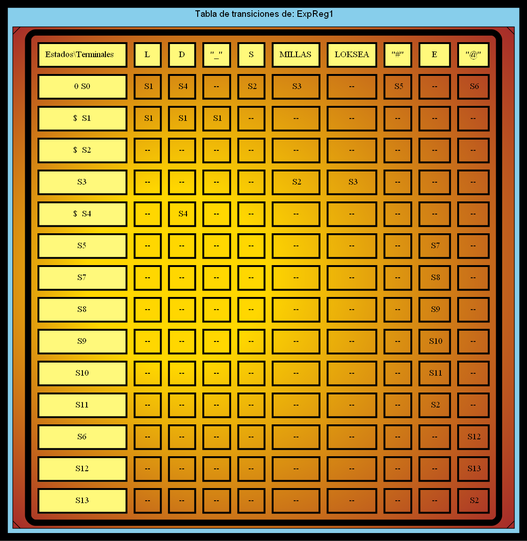
Earlier version of the Graphviz export TRANSICIONES_202000119/TransicionesExpReg1.png (SergieArizandieta/OLC1-P1-202000119). Its source is kept beside it as TRANSICIONES_202000119/TransicionesExpReg1.dot. Its diagram source:
```dot
digraph G { bgcolor="black"
   fontname="Helvetica,Arial,sans-serif"
  edge [fontname="Helvetica,Arial,sans-serif"]
  subgraph cluster1 {fillcolor="skyblue" style="filled"
  node [shape=Msquare fillcolor="gold:brown" style="radial" gradientangle=180]
  label = " Tabla de transiciones de: ExpReg1"
  a0 [label=<
  <TABLE border="10" cellspacing="10" cellpadding="10" style="rounded" gradientangle="315">
  <TR>
      <TD border="3" bgcolor="#FFF97B">Estados\Terminales  </TD>
      <TD border="3" bgcolor="#FFF97B">L</TD>
      <TD border="3" bgcolor="#FFF97B">D</TD>
      <TD border="3" bgcolor="#FFF97B">"_"</TD>
      <TD border="3" bgcolor="#FFF97B">S</TD>
      <TD border="3" bgcolor="#FFF97B">MILLAS</TD>
      <TD border="3" bgcolor="#FFF97B">LOKSEA</TD>
      <TD border="3" bgcolor="#FFF97B">"#"</TD>
      <TD border="3" bgcolor="#FFF97B">E</TD>
      <TD border="3" bgcolor="#FFF97B">"@"</TD>
  </TR>
  <TR>
      <TD border="3" bgcolor="#FFF97B">0 S0</TD>
      <TD border="3" > S1</TD>
      <TD border="3" > S4</TD>
      <TD border="3" > -- </TD>
      <TD border="3" > S2</TD>
      <TD border="3" > S3</TD>
      <TD border="3" > -- </TD>
      <TD border="3" > S5</TD>
      <TD border="3" > -- </TD>
      <TD border="3" > S6</TD>
  </TR>
  <TR>
      <TD border="3" bgcolor="#FFF97B">$  S1</TD>
      <TD border="3" > S1</TD>
      <TD border="3" > S1</TD>
      <TD border="3" > S1</TD>
      <TD border="3" > -- </TD>
      <TD border="3" > -- </TD>
      <TD border="3" > -- </TD>
      <TD border="3" > -- </TD>
      <TD border="3" > -- </TD>
      <TD border="3" > -- </TD>
  </TR>
  <TR>
      <TD border="3" bgcolor="#FFF97B">$  S2</TD>
      <TD border="3" > -- </TD>
      <TD border="3" > -- </TD>
      <TD border="3" > -- </TD>
      <TD border="3" > -- </TD>
      <TD border="3" > -- </TD>
      <TD border="3" > -- </TD>
      <TD border="3" > -- </TD>
      <TD border="3" > -- </TD>
      <TD border="3" > -- </TD>
  </TR>
  <TR>
      <TD border="3" bgcolor="#FFF97B">S3</TD>
      <TD border="3" > -- </TD>
      <TD border="3" > -- </TD>
      <TD border="3" > -- </TD>
      <TD border="3" > -- </TD>
      <TD border="3" > S2</TD>
      <TD border="3" > S3</TD>
      <TD border="3" > -- </TD>
      <TD border="3" > -- </TD>
      <TD border="3" > -- </TD>
  </TR>
  <TR>
      <TD border="3" bgcolor="#FFF97B">$  S4</TD>
      <TD border="3" > -- </TD>
      <TD border="3" > S4</TD>
      <TD border="3" > -- </TD>
      <TD border="3" > -- </TD>
      <TD border="3" > -- </TD>
      <TD border="3" > -- </TD>
      <TD border="3" > -- </TD>
      <TD border="3" > -- </TD>
      <TD border="3" > -- </TD>
  </TR>
  <TR>
      <TD border="3" bgcolor="#FFF97B">S5</TD>
      <TD border="3" > -- </TD>
      <TD border="3" > -- </TD>
      <TD border="3" > -- </TD>
      <TD border="3" > -- </TD>
      <TD border="3" > -- </TD>
      <TD border="3" > -- </TD>
      <TD border="3" > -- </TD>
      <TD border="3" > S7</TD>
      <TD border="3" > -- </TD>
  </TR>
  <TR>
      <TD border="3" bgcolor="#FFF97B">S7</TD>
      <TD border="3" > -- </TD>
      <TD border="3" > -- </TD>
      <TD border="3" > -- </TD>
      <TD border="3" > -- </TD>
      <TD border="3" > -- </TD>
      <TD border="3" > -- </TD>
      <TD border="3" > -- </TD>
      <TD border="3" > S8</TD>
      <TD border="3" > -- </TD>
  </TR>
  <TR>
      <TD border="3" bgcolor="#FFF97B">S8</TD>
      <TD border="3" > -- </TD>
      <TD border="3" > -- </TD>
      <TD border="3" > -- </TD>
      <TD border="3" > -- </TD>
      <TD border="3" > -- </TD>
      <TD border="3" > -- </TD>
      <TD border="3" > -- </TD>
      <TD border="3" > S9</TD>
      <TD border="3" > -- </TD>
  </TR>
  <TR>
      <TD border="3" bgcolor="#FFF97B">S9</TD>
      <TD border="3" > -- </TD>
      <TD border="3" > -- </TD>
      <TD border="3" > -- </TD>
      <TD border="3" > -- </TD>
      <TD border="3" > -- </TD>
      <TD border="3" > -- </TD>
      <TD border="3" > -- </TD>
      <TD border="3" > S10</TD>
      <TD border="3" > -- </TD>
  </TR>
  <TR>
      <TD border="3" bgcolor="#FFF97B">S10</TD>
      <TD border="3" > -- </TD>
      <TD border="3" > -- </TD>
      <TD border="3" > -- </TD>
      <TD border="3" > -- </TD>
      <TD border="3" > -- </TD>
      <TD border="3" > -- </TD>
      <TD border="3" > -- </TD>
      <TD border="3" > S11</TD>
      <TD border="3" > -- </TD>
  </TR>
  <TR>
      <TD border="3" bgcolor="#FFF97B">S11</TD>
      <TD border="3" > -- </TD>
      <TD border="3" > -- </TD>
      <TD border="3" > -- </TD>
      <TD border="3" > -- </TD>
      <TD border="3" > -- </TD>
      <TD border="3" > -- </TD>
      <TD border="3" > -- </TD>
      <TD border="3" > S2</TD>
      <TD border="3" > -- </TD>
  </TR>
  <TR>
      <TD border="3" bgcolor="#FFF97B">S6</TD>
      <TD border="3" > -- </TD>
      <TD border="3" > -- </TD>
      <TD border="3" > -- </TD>
      <TD border="3" > -- </TD>
      <TD border="3" > -- </TD>
      <TD border="3" > -- </TD>
      <TD border="3" > -- </TD>
      <TD border="3" > -- </TD>
      <TD border="3" > S12</TD>
  </TR>
  <TR>
      <TD border="3" bgcolor="#FFF97B">S12</TD>
      <TD border="3" > -- </TD>
      <TD border="3" > -- </TD>
      <TD border="3" > -- </TD>
      <TD border="3" > -- </TD>
      <TD border="3" > -- </TD>
      <TD border="3" > -- </TD>
      <TD border="3" > -- </TD>
      <TD border="3" > -- </TD>
      <TD border="3" > S13</TD>
  </TR>
  <TR>
      <TD border="3" bgcolor="#FFF97B">S13</TD>
      <TD border="3" > -- </TD>
      <TD border="3" > -- </TD>
      <TD border="3" > -- </TD>
      <TD border="3" > -- </TD>
      <TD border="3" > -- </TD>
      <TD border="3" > -- </TD>
      <TD border="3" > -- </TD>
      <TD border="3" > -- </TD>
      <TD border="3" > S2</TD>
  </TR>

</TABLE>>];}}
```
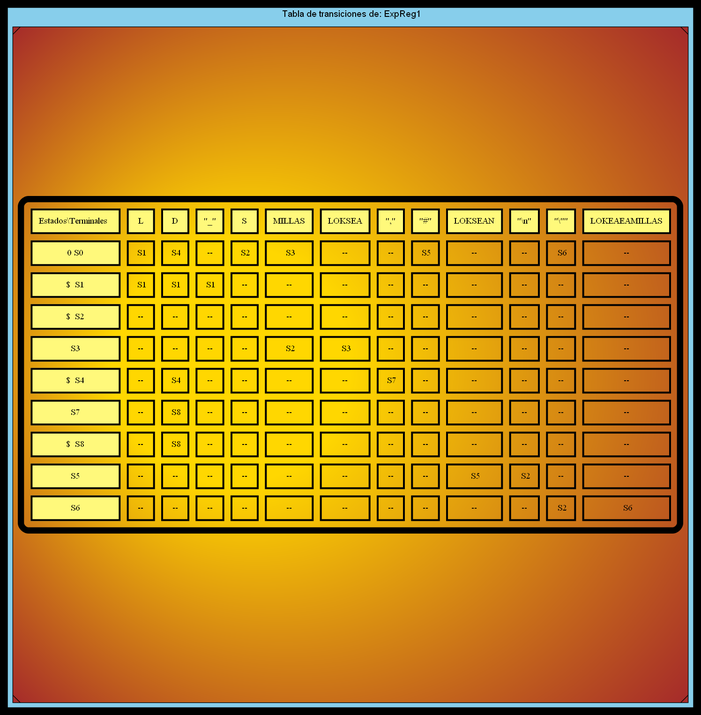
The same file after the commit.

Diff of the diagram source:
```diff
@@ -14,9 +14,12 @@
       <TD border="3" bgcolor="#FFF97B">S</TD>
       <TD border="3" bgcolor="#FFF97B">MILLAS</TD>
       <TD border="3" bgcolor="#FFF97B">LOKSEA</TD>
+      <TD border="3" bgcolor="#FFF97B">","</TD>
       <TD border="3" bgcolor="#FFF97B">"#"</TD>
-      <TD border="3" bgcolor="#FFF97B">E</TD>
-      <TD border="3" bgcolor="#FFF97B">"@"</TD>
+      <TD border="3" bgcolor="#FFF97B">LOKSEAN</TD>
+      <TD border="3" bgcolor="#FFF97B">"\n"</TD>
+      <TD border="3" bgcolor="#FFF97B">"\""</TD>
+      <TD border="3" bgcolor="#FFF97B">LOKEAEAMILLAS</TD>
   </TR>
   <TR>
       <TD border="3" bgcolor="#FFF97B">0 S0</TD>
@@ -26,9 +29,12 @@
       <TD border="3" > S2</TD>
       <TD border="3" > S3</TD>
       <TD border="3" > -- </TD>
+      <TD border="3" > -- </TD>
       <TD border="3" > S5</TD>
       <TD border="3" > -- </TD>
+      <TD border="3" > -- </TD>
       <TD border="3" > S6</TD>
+      <TD border="3" > -- </TD>
   </TR>
   <TR>
       <TD border="3" bgcolor="#FFF97B">$  S1</TD>
@@ -41,9 +47,15 @@
       <TD border="3" > -- </TD>
       <TD border="3" > -- </TD>
       <TD border="3" > -- </TD>
+      <TD border="3" > -- </TD>
+      <TD border="3" > -- </TD>
+      <TD border="3" > -- </TD>
   </TR>
   <TR>
       <TD border="3" bgcolor="#FFF97B">$  S2</TD>
+      <TD border="3" > -- </TD>
+      <TD border="3" > -- </TD>
+      <TD border="3" > -- </TD>
       <TD border="3" > -- </TD>
       <TD border="3" > -- </TD>
       <TD border="3" > -- </TD>
@@ -65,11 +77,47 @@
       <TD border="3" > -- </TD>
       <TD border="3" > -- </TD>
       <TD border="3" > -- </TD>
+      <TD border="3" > -- </TD>
+      <TD border="3" > -- </TD>
+      <TD border="3" > -- </TD>
   </TR>
   <TR>
       <TD border="3" bgcolor="#FFF97B">$  S4</TD>
       <TD border="3" > -- </TD>
       <TD border="3" > S4</TD>
+      <TD border="3" > -- </TD>
+      <TD border="3" > -- </TD>
+      <TD border="3" > -- </TD>
+      <TD border="3" > -- </TD>
+      <TD border="3" > S7</TD>
+      <TD border="3" > -- </TD>
+      <TD border="3" > -- </TD>
+      <TD border="3" > -- </TD>
+      <TD border="3" > -- </TD>
+      <TD border="3" > -- </TD>
+  </TR>
+  <TR>
+      <TD border="3" bgcolor="#FFF97B">S7</TD>
+      <TD border="3" > -- </TD>
+      <TD border="3" > S8</TD>
+      <TD border="3" > -- </TD>
+      <TD border="3" > -- </TD>
+      <TD border="3" > -- </TD>
+      <TD border="3" > -- </TD>
+      <TD border="3" > -- </TD>
+      <TD border="3" > -- </TD>
+      <TD border="3" > -- </TD>
+      <TD border="3" > -- </TD>
+      <TD border="3" > -- </TD>
+      <TD border="3" > -- </TD>
+  </TR>
+  <TR>
+      <TD border="3" bgcolor="#FFF97B">$  S8</TD>
+      <TD border="3" > -- </TD>
+      <TD border="3" > S8</TD>
+      <TD border="3" > -- </TD>
+      <TD border="3" > -- </TD>
+      <TD border="3" > -- </TD>
       <TD border="3" > -- </TD>
       <TD border="3" > -- </TD>
       <TD border="3" > -- </TD>
@@ -87,67 +135,10 @@
       <TD border="3" > -- </TD>
       <TD border="3" > -- </TD>
       <TD border="3" > -- </TD>
-      <TD border="3" > S7</TD>
       <TD border="3" > -- </TD>
-  </TR>
-  <TR>
-      <TD border="3" bgcolor="#FFF97B">S7</TD>
+      <TD border="3" > S5</TD>
+      <TD border="3" > S2</TD>
       <TD border="3" > -- </TD>
-      <TD border="3" > -- </TD>
-      <TD border="3" > -- </TD>
-      <TD border="3" > -- </TD>
-      <TD border="3" > -- </TD>
-      <TD border="3" > -- </TD>
-      <TD border="3" > -- </TD>
-      <TD border="3" > S8</TD>
-      <TD border="3" > -- </TD>
-  </TR>
-  <TR>
-      <TD border="3" bgcolor="#FFF97B">S8</TD>
-      <TD border="3" > -- </TD>
-      <TD border="3" > -- </TD>
-      <TD border="3" > -- </TD>
-      <TD border="3" > -- </TD>
-      <TD border="3" > -- </TD>
-      <TD border="3" > -- </TD>
-      <TD border="3" > -- </TD>
-      <TD border="3" > S9</TD>
-      <TD border="3" > -- </TD>
-  </TR>
-  <TR>
-      <TD border="3" bgcolor="#FFF97B">S9</TD>
-      <TD border="3" > -- </TD>
-      <TD border="3" > -- </TD>
-      <TD border="3" > -- </TD>
-      <TD border="3" > -- </TD>
-      <TD border="3" > -- </TD>
-      <TD border="3" > -- </TD>
-      <TD border="3" > -- </TD>
-      <TD border="3" > S10</TD>
-      <TD border="3" > -- </TD>
-  </TR>
-  <TR>
-      <TD border="3" bgcolor="#FFF97B">S10</TD>
-      <TD border="3" > -- </TD>
-      <TD border="3" > -- </TD>
-      <TD border="3" > -- </TD>
-      <TD border="3" > -- </TD>
-      <TD border="3" > -- </TD>
-      <TD border="3" > -- </TD>
-      <TD border="3" > -- </TD>
-      <TD border="3" > S11</TD>
-      <TD border="3" > -- </TD>
-  </TR>
-  <TR>
-      <TD border="3" bgcolor="#FFF97B">S11</TD>
-      <TD border="3" > -- </TD>
-      <TD border="3" > -- </TD>
-      <TD border="3" > -- </TD>
-      <TD border="3" > -- </TD>
-      <TD border="3" > -- </TD>
-      <TD border="3" > -- </TD>
-      <TD border="3" > -- </TD>
-      <TD border="3" > S2</TD>
       <TD border="3" > -- </TD>
   </TR>
   <TR>
@@ -160,31 +151,10 @@
       <TD border="3" > -- </TD>
       <TD border="3" > -- </TD>
       <TD border="3" > -- </TD>
-      <TD border="3" > S12</TD>
-  </TR>
-  <TR>
-      <TD border="3" bgcolor="#FFF97B">S12</TD>
-      <TD border="3" > -- </TD>
-      <TD border="3" > -- </TD>
-      <TD border="3" > -- </TD>
-      <TD border="3" > -- </TD>
-      <TD border="3" > -- </TD>
-      <TD border="3" > -- </TD>
-      <TD border="3" > -- </TD>
-      <TD border="3" > -- </TD>
-      <TD border="3" > S13</TD>
-  </TR>
-  <TR>
-      <TD border="3" bgcolor="#FFF97B">S13</TD>
-      <TD border="3" > -- </TD>
-      <TD border="3" > -- </TD>
-      <TD border="3" > -- </TD>
-      <TD border="3" > -- </TD>
-      <TD border="3" > -- </TD>
-      <TD border="3" > -- </TD>
       <TD border="3" > -- </TD>
       <TD border="3" > -- </TD>
       <TD border="3" > S2</TD>
+      <TD border="3" > S6</TD>
   </TR>
 
 </TABLE>>];}}
```
